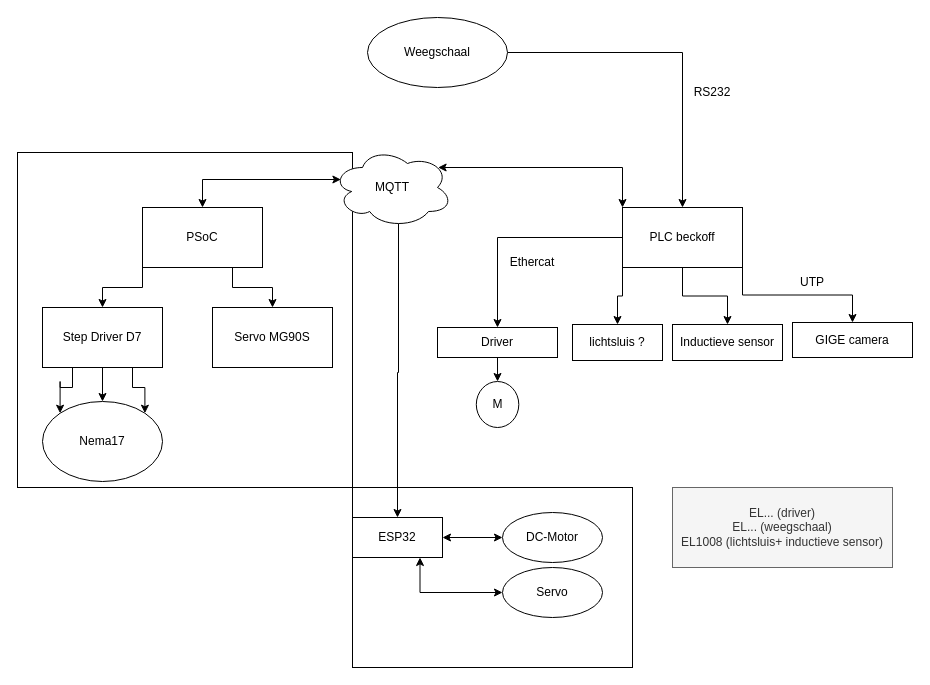
Above: docs/Hardware_Diagram.drawio.xml in BowenS123/2EAI-PEN-2526-Industry4 (draw.io), before the change. Source tidied: cells renumbered, new cells numbered last; positions are measured from the earlier drawing's top-left corner, leaving out a move shared by most shapes. Both pictures are drawn from the tidied source at 100%, with x=0, y=0 at pixel (17, 17).
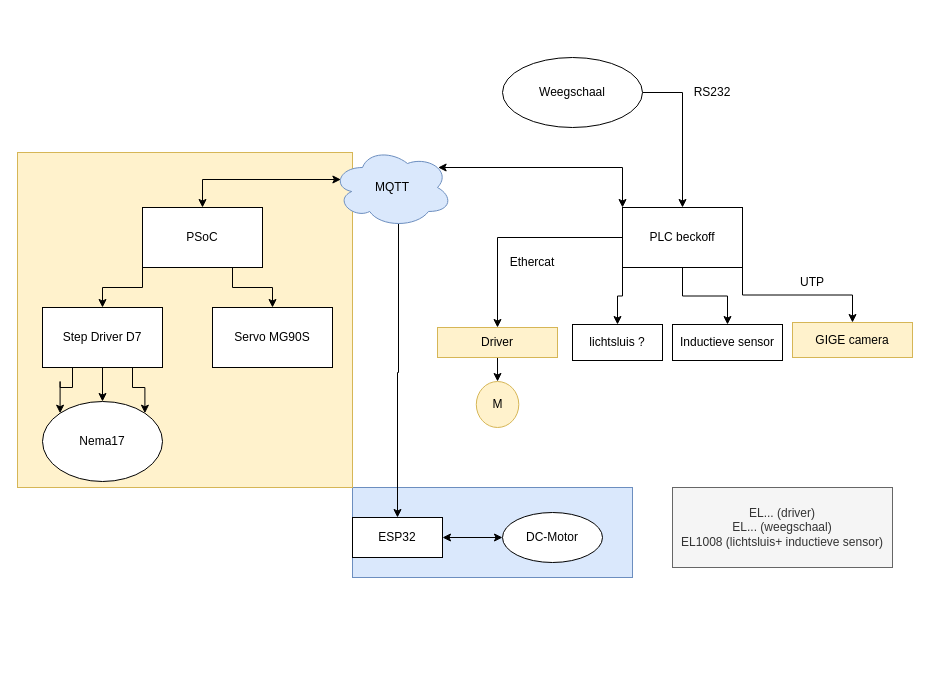
The same diagram, later.

The change refers to these unchanged cells:
```xml
<mxCell id="35" value="ESP32" style="rounded=0;whiteSpace=wrap;html=1;" parent="1" vertex="1">
  <mxGeometry x="335" y="500" width="90" height="40" as="geometry" />
</mxCell>
```

Change to the diagram source:
```diff
@@
-    <mxCell id="2" style="rounded=0;whiteSpace=wrap;html=1;" parent="1" vertex="1">
-      <mxGeometry x="335" y="470" width="280" height="180" as="geometry" />
+    <mxCell id="2" style="rounded=0;whiteSpace=wrap;html=1;fillColor=#dae8fc;strokeColor=#6c8ebf;" parent="1" vertex="1">
+      <mxGeometry x="335" y="470" width="280" height="90" as="geometry" />
     </mxCell>
-    <mxCell id="3" style="whiteSpace=wrap;html=1;" parent="1" vertex="1">
+    <mxCell id="3" style="whiteSpace=wrap;html=1;fillColor=#fff2cc;strokeColor=#d6b656;" parent="1" vertex="1">
       <mxGeometry y="135" width="335" height="335" as="geometry" />
     </mxCell>
@@
     <mxCell id="5" value="Weegschaal" style="ellipse;whiteSpace=wrap;html=1;" parent="1" vertex="1">
-      <mxGeometry x="350" width="140" height="70" as="geometry" />
+      <mxGeometry x="485" y="40" width="140" height="70" as="geometry" />
     </mxCell>
@@
-    <mxCell id="8" value="MQTT" style="ellipse;shape=cloud;whiteSpace=wrap;html=1;" parent="1" vertex="1">
+    <mxCell id="8" value="MQTT" style="ellipse;shape=cloud;whiteSpace=wrap;html=1;fillColor=#dae8fc;strokeColor=#6c8ebf;" parent="1" vertex="1">
       <mxGeometry x="315" y="130" width="120" height="80" as="geometry" />
     </mxCell>
@@
-    <mxCell id="17" value="GIGE camera" style="rounded=0;whiteSpace=wrap;html=1;" parent="1" vertex="1">
+    <mxCell id="17" value="GIGE camera" style="rounded=0;whiteSpace=wrap;html=1;fillColor=#fff2cc;strokeColor=#d6b656;" parent="1" vertex="1">
       <mxGeometry x="775" y="305" width="120" height="35" as="geometry" />
     </mxCell>
@@
-    <mxCell id="20" value="Driver" style="rounded=0;whiteSpace=wrap;html=1;" parent="1" vertex="1">
+    <mxCell id="20" value="Driver" style="rounded=0;whiteSpace=wrap;html=1;fillColor=#fff2cc;strokeColor=#d6b656;" parent="1" vertex="1">
       <mxGeometry x="420" y="310" width="120" height="30" as="geometry" />
     </mxCell>
@@
-    <mxCell id="31" value="M" style="ellipse;whiteSpace=wrap;html=1;" parent="1" vertex="1">
+    <mxCell id="31" value="M" style="ellipse;whiteSpace=wrap;html=1;fillColor=#fff2cc;strokeColor=#d6b656;" parent="1" vertex="1">
       <mxGeometry x="458.8" y="364" width="42.5" height="46" as="geometry" />
     </mxCell>
@@
-    <mxCell id="37" style="edgeStyle=orthogonalEdgeStyle;rounded=0;jettySize=auto;html=1;exitX=0;exitY=0.5;exitDx=0;exitDy=0;entryX=0.75;entryY=1;entryDx=0;entryDy=0;startArrow=classic;startFill=1;" parent="1" edge="1" source="38" target="35">
-      <mxGeometry relative="1" as="geometry" />
-    </mxCell>
-    <mxCell id="38" value="Servo" style="ellipse;whiteSpace=wrap;html=1;" parent="1" vertex="1">
-      <mxGeometry x="485" y="550" width="100" height="50" as="geometry" />
-    </mxCell>
```
